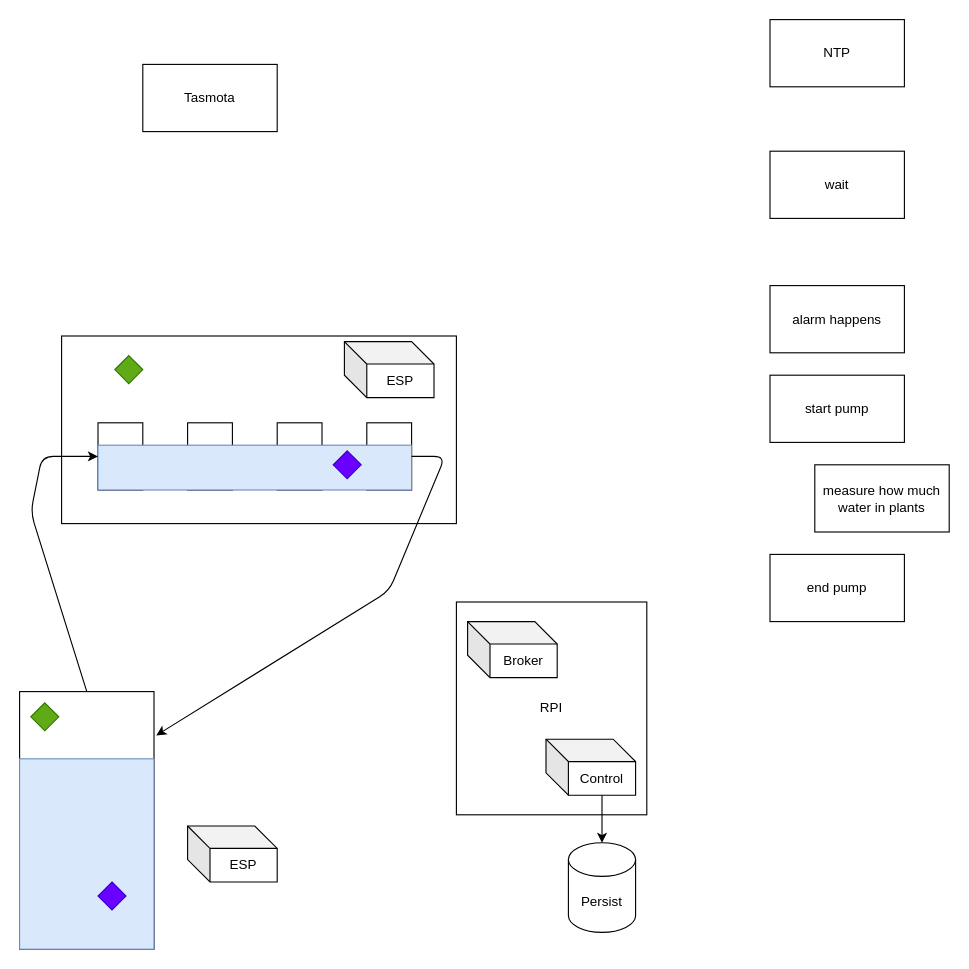
Earlier version of the draw.io diagram schema/architecture-2.0.drawio (jandadav/HydroBot). Source tidied: cells renumbered, new cells numbered last; positions are measured from the earlier drawing's top-left corner, leaving out a move shared by most shapes. Both pictures are drawn from the tidied source at 112%, with x=0, y=0 at pixel (19, 19).
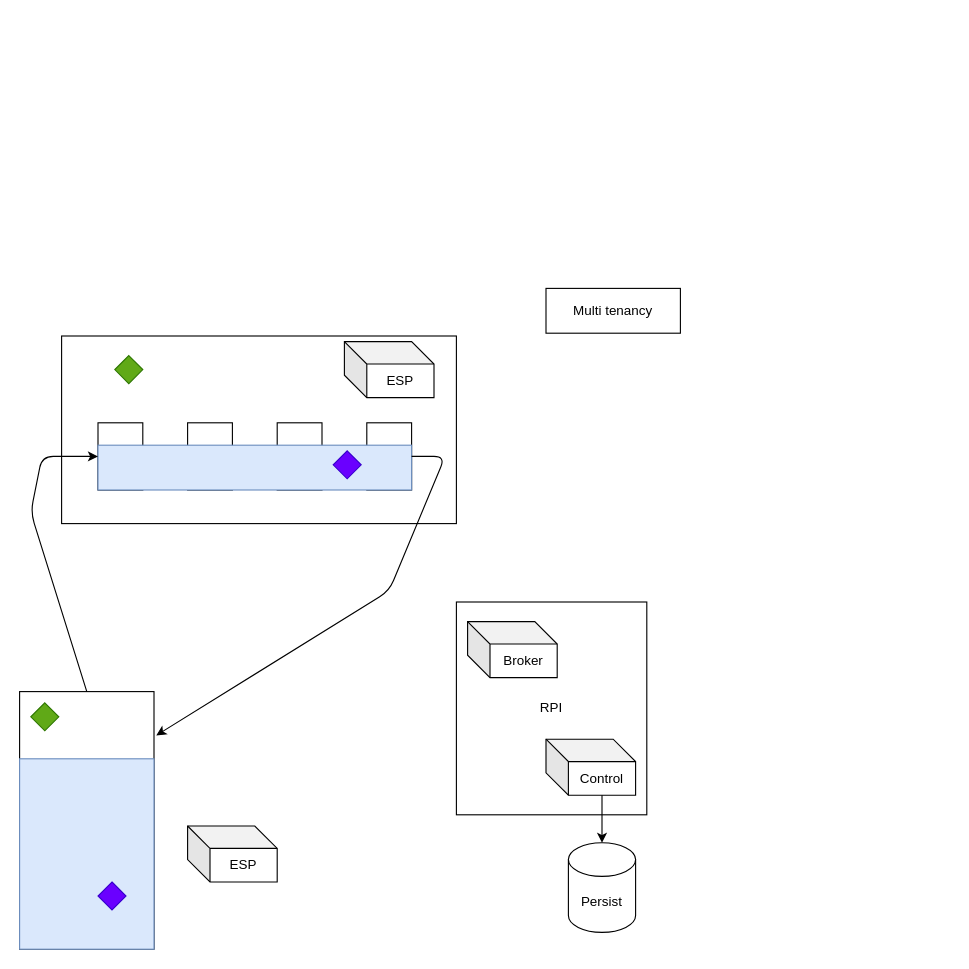
After the change.

Diff of the diagram source:
```diff
@@
-    <mxCell id="4" value="Tasmota" style="rounded=0;whiteSpace=wrap;html=1;" parent="1" vertex="1">
-      <mxGeometry x="110" y="40" width="120" height="60" as="geometry" />
-    </mxCell>
-    <mxCell id="5" value="wait" style="rounded=0;whiteSpace=wrap;html=1;" parent="1" vertex="1">
-      <mxGeometry x="670" y="117.5" width="120" height="60" as="geometry" />
-    </mxCell>
-    <mxCell id="6" value="alarm happens" style="rounded=0;whiteSpace=wrap;html=1;" parent="1" vertex="1">
-      <mxGeometry x="670" y="237.5" width="120" height="60" as="geometry" />
-    </mxCell>
-    <mxCell id="7" value="start pump" style="rounded=0;whiteSpace=wrap;html=1;" parent="1" vertex="1">
-      <mxGeometry x="670" y="317.5" width="120" height="60" as="geometry" />
-    </mxCell>
-    <mxCell id="8" value="measure how much water in plants" style="rounded=0;whiteSpace=wrap;html=1;" parent="1" vertex="1">
-      <mxGeometry x="710" y="397.5" width="120" height="60" as="geometry" />
-    </mxCell>
-    <mxCell id="9" value="end pump" style="rounded=0;whiteSpace=wrap;html=1;" parent="1" vertex="1">
-      <mxGeometry x="670" y="477.5" width="120" height="60" as="geometry" />
-    </mxCell>
-    <mxCell id="10" value="NTP" style="rounded=0;whiteSpace=wrap;html=1;" parent="1" vertex="1">
-      <mxGeometry x="670" width="120" height="60" as="geometry" />
-    </mxCell>
@@
+    <mxCell id="30" value="Multi tenancy" style="rounded=0;whiteSpace=wrap;html=1;" parent="1" vertex="1">
+      <mxGeometry x="470" y="240" width="120" height="40" as="geometry" />
+    </mxCell>
```
